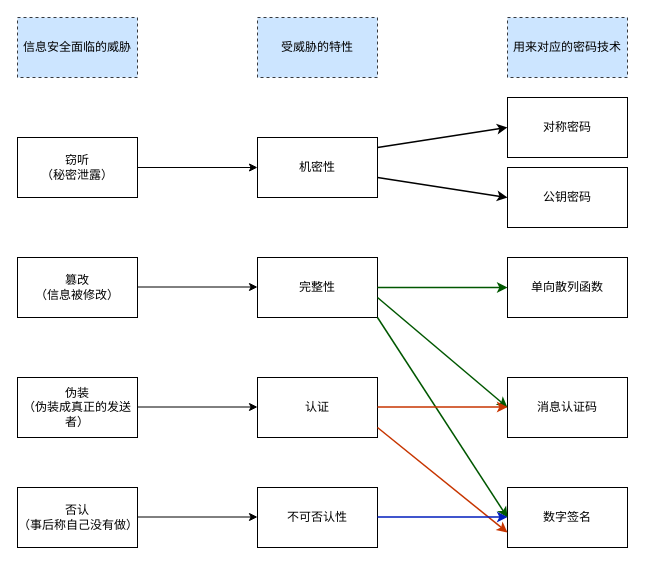
The draw.io diagram base/信息安全的基本问题.drawio in melonshell/draw.io, before the edit. Source tidied: cells renumbered, new cells numbered last; positions are measured from the earlier drawing's top-left corner, leaving out a move shared by most shapes. Both pictures are drawn from the tidied source at 100%, with x=0, y=0 at pixel (17, 17).
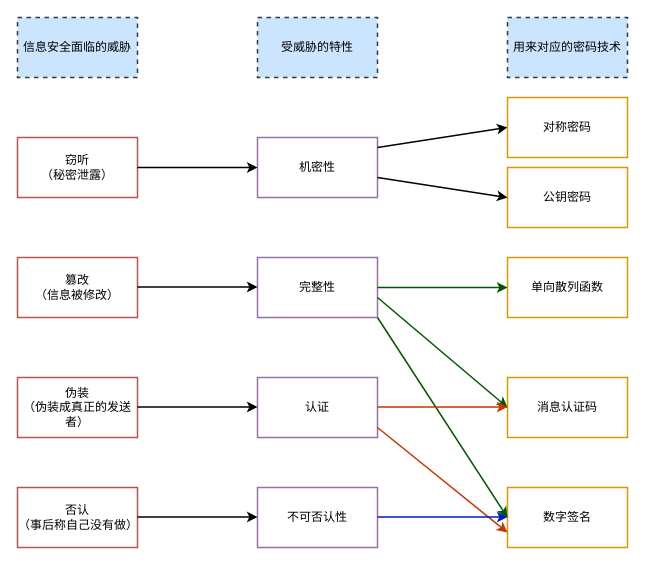
The same diagram, later.

Commit message:
更新信息安全的基本问题.drawio

The edit, as a diff of the source:
```diff
@@
-    <mxCell id="2" value="窃听&lt;br&gt;（秘密泄露）" style="rounded=0;whiteSpace=wrap;html=1;" parent="1" vertex="1">
+    <mxCell id="2" value="窃听&lt;br&gt;（秘密泄露）" style="rounded=0;whiteSpace=wrap;html=1;strokeWidth=1.5;fillColor=none;strokeColor=#b85450;" parent="1" vertex="1">
       <mxGeometry y="120" width="120" height="60" as="geometry" />
     </mxCell>
-    <mxCell id="3" value="篡改&lt;br&gt;（信息被修改）" style="rounded=0;whiteSpace=wrap;html=1;" parent="1" vertex="1">
+    <mxCell id="3" value="篡改&lt;br&gt;（信息被修改）" style="rounded=0;whiteSpace=wrap;html=1;strokeWidth=1.5;fillColor=none;strokeColor=#b85450;" parent="1" vertex="1">
       <mxGeometry y="240" width="120" height="60" as="geometry" />
     </mxCell>
-    <mxCell id="4" value="伪装&lt;br&gt;（伪装成真正的发送者）" style="rounded=0;whiteSpace=wrap;html=1;" parent="1" vertex="1">
+    <mxCell id="4" value="伪装&lt;br&gt;（伪装成真正的发送者）" style="rounded=0;whiteSpace=wrap;html=1;strokeWidth=1.5;fillColor=none;strokeColor=#b85450;" parent="1" vertex="1">
       <mxGeometry y="360" width="120" height="60" as="geometry" />
     </mxCell>
-    <mxCell id="5" value="否认&lt;br&gt;（事后称自己没有做）" style="rounded=0;whiteSpace=wrap;html=1;" parent="1" vertex="1">
+    <mxCell id="5" value="否认&lt;br&gt;（事后称自己没有做）" style="rounded=0;whiteSpace=wrap;html=1;strokeWidth=1.5;fillColor=none;strokeColor=#b85450;" parent="1" vertex="1">
       <mxGeometry y="470" width="120" height="60" as="geometry" />
     </mxCell>
-    <mxCell id="6" value="机密性" style="rounded=0;whiteSpace=wrap;html=1;" parent="1" vertex="1">
+    <mxCell id="6" value="机密性" style="rounded=0;whiteSpace=wrap;html=1;strokeWidth=1.5;fillColor=none;strokeColor=#9673a6;" parent="1" vertex="1">
       <mxGeometry x="240" y="120" width="120" height="60" as="geometry" />
     </mxCell>
-    <mxCell id="7" value="完整性" style="rounded=0;whiteSpace=wrap;html=1;" parent="1" vertex="1">
+    <mxCell id="7" value="完整性" style="rounded=0;whiteSpace=wrap;html=1;strokeWidth=1.5;fillColor=none;strokeColor=#9673a6;" parent="1" vertex="1">
       <mxGeometry x="240" y="240" width="120" height="60" as="geometry" />
     </mxCell>
-    <mxCell id="8" value="认证" style="rounded=0;whiteSpace=wrap;html=1;" parent="1" vertex="1">
+    <mxCell id="8" value="认证" style="rounded=0;whiteSpace=wrap;html=1;strokeWidth=1.5;fillColor=none;strokeColor=#9673a6;" parent="1" vertex="1">
       <mxGeometry x="240" y="360" width="120" height="60" as="geometry" />
     </mxCell>
-    <mxCell id="9" value="不可否认性" style="rounded=0;whiteSpace=wrap;html=1;" parent="1" vertex="1">
+    <mxCell id="9" value="不可否认性" style="rounded=0;whiteSpace=wrap;html=1;strokeWidth=1.5;fillColor=none;strokeColor=#9673a6;" parent="1" vertex="1">
       <mxGeometry x="240" y="470" width="120" height="60" as="geometry" />
     </mxCell>
-    <mxCell id="10" value="对称密码" style="rounded=0;whiteSpace=wrap;html=1;" parent="1" vertex="1">
+    <mxCell id="10" value="对称密码" style="rounded=0;whiteSpace=wrap;html=1;strokeWidth=1.5;fillColor=none;strokeColor=#d79b00;" parent="1" vertex="1">
       <mxGeometry x="490" y="80" width="120" height="60" as="geometry" />
     </mxCell>
-    <mxCell id="11" value="公钥密码" style="rounded=0;whiteSpace=wrap;html=1;" parent="1" vertex="1">
+    <mxCell id="11" value="公钥密码" style="rounded=0;whiteSpace=wrap;html=1;strokeWidth=1.5;fillColor=none;strokeColor=#d79b00;" parent="1" vertex="1">
       <mxGeometry x="490" y="150" width="120" height="60" as="geometry" />
     </mxCell>
-    <mxCell id="12" value="单向散列函数" style="rounded=0;whiteSpace=wrap;html=1;" parent="1" vertex="1">
+    <mxCell id="12" value="单向散列函数" style="rounded=0;whiteSpace=wrap;html=1;strokeWidth=1.5;fillColor=none;strokeColor=#d79b00;" parent="1" vertex="1">
       <mxGeometry x="490" y="240" width="120" height="60" as="geometry" />
     </mxCell>
-    <mxCell id="13" value="消息认证码" style="rounded=0;whiteSpace=wrap;html=1;" parent="1" vertex="1">
+    <mxCell id="13" value="消息认证码" style="rounded=0;whiteSpace=wrap;html=1;strokeWidth=1.5;fillColor=none;strokeColor=#d79b00;" parent="1" vertex="1">
       <mxGeometry x="490" y="360" width="120" height="60" as="geometry" />
     </mxCell>
-    <mxCell id="14" value="数字签名" style="rounded=0;whiteSpace=wrap;html=1;" parent="1" vertex="1">
+    <mxCell id="14" value="数字签名" style="rounded=0;whiteSpace=wrap;html=1;strokeWidth=1.5;fillColor=none;strokeColor=#d79b00;" parent="1" vertex="1">
       <mxGeometry x="490" y="470" width="120" height="60" as="geometry" />
     </mxCell>
-    <mxCell id="15" style="endArrow=classic;html=1;rounded=0;exitX=1;exitY=0.5;exitDx=0;exitDy=0;entryX=0;entryY=0.5;entryDx=0;entryDy=0;" parent="1" edge="1" source="2" target="6">
+    <mxCell id="15" style="endArrow=classic;html=1;rounded=0;exitX=1;exitY=0.5;exitDx=0;exitDy=0;entryX=0;entryY=0.5;entryDx=0;entryDy=0;strokeWidth=1.5;" parent="1" edge="1" source="2" target="6">
       <mxGeometry relative="1" as="geometry" />
     </mxCell>
-    <mxCell id="16" style="endArrow=classic;html=1;rounded=0;exitX=1;exitY=0.5;exitDx=0;exitDy=0;entryX=0;entryY=0.5;entryDx=0;entryDy=0;" parent="1" edge="1">
+    <mxCell id="16" style="endArrow=classic;html=1;rounded=0;exitX=1;exitY=0.5;exitDx=0;exitDy=0;entryX=0;entryY=0.5;entryDx=0;entryDy=0;strokeWidth=1.5;" parent="1" edge="1">
       <mxGeometry relative="1" as="geometry">
         <mxPoint x="120" y="269.5" as="sourcePoint" />
         <mxPoint x="240" y="269.5" as="targetPoint" />
       </mxGeometry>
     </mxCell>
-    <mxCell id="17" style="endArrow=classic;html=1;rounded=0;exitX=1;exitY=0.5;exitDx=0;exitDy=0;entryX=0;entryY=0.5;entryDx=0;entryDy=0;" parent="1" edge="1">
+    <mxCell id="17" style="endArrow=classic;html=1;rounded=0;exitX=1;exitY=0.5;exitDx=0;exitDy=0;entryX=0;entryY=0.5;entryDx=0;entryDy=0;strokeWidth=1.5;" parent="1" edge="1">
       <mxGeometry relative="1" as="geometry">
         <mxPoint x="120" y="389.5" as="sourcePoint" />
         <mxPoint x="240" y="389.5" as="targetPoint" />
       </mxGeometry>
     </mxCell>
-    <mxCell id="18" style="endArrow=classic;html=1;rounded=0;exitX=1;exitY=0.5;exitDx=0;exitDy=0;entryX=0;entryY=0.5;entryDx=0;entryDy=0;" parent="1" edge="1">
+    <mxCell id="18" style="endArrow=classic;html=1;rounded=0;exitX=1;exitY=0.5;exitDx=0;exitDy=0;entryX=0;entryY=0.5;entryDx=0;entryDy=0;strokeWidth=1.5;" parent="1" edge="1">
       <mxGeometry relative="1" as="geometry">
         <mxPoint x="120" y="499.5" as="sourcePoint" />
         <mxPoint x="240" y="499.5" as="targetPoint" />
       </mxGeometry>
     </mxCell>
@@
-    <mxCell id="27" value="信息安全面临的威胁" style="rounded=0;whiteSpace=wrap;html=1;fillColor=#cce5ff;strokeColor=#36393d;dashed=1;" parent="1" vertex="1">
+    <mxCell id="27" value="信息安全面临的威胁" style="rounded=0;whiteSpace=wrap;html=1;fillColor=#cce5ff;strokeColor=#36393d;dashed=1;strokeWidth=1.5;" parent="1" vertex="1">
       <mxGeometry width="120" height="60" as="geometry" />
     </mxCell>
-    <mxCell id="28" value="受威胁的特性" style="rounded=0;whiteSpace=wrap;html=1;fillColor=#cce5ff;strokeColor=#36393d;dashed=1;" parent="1" vertex="1">
+    <mxCell id="28" value="受威胁的特性" style="rounded=0;whiteSpace=wrap;html=1;fillColor=#cce5ff;strokeColor=#36393d;dashed=1;strokeWidth=1.5;" parent="1" vertex="1">
       <mxGeometry x="240" width="120" height="60" as="geometry" />
     </mxCell>
-    <mxCell id="29" value="用来对应的密码技术" style="rounded=0;whiteSpace=wrap;html=1;fillColor=#cce5ff;strokeColor=#36393d;dashed=1;" parent="1" vertex="1">
+    <mxCell id="29" value="用来对应的密码技术" style="rounded=0;whiteSpace=wrap;html=1;fillColor=#cce5ff;strokeColor=#36393d;dashed=1;strokeWidth=1.5;" parent="1" vertex="1">
       <mxGeometry x="490" width="120" height="60" as="geometry" />
     </mxCell>
```
